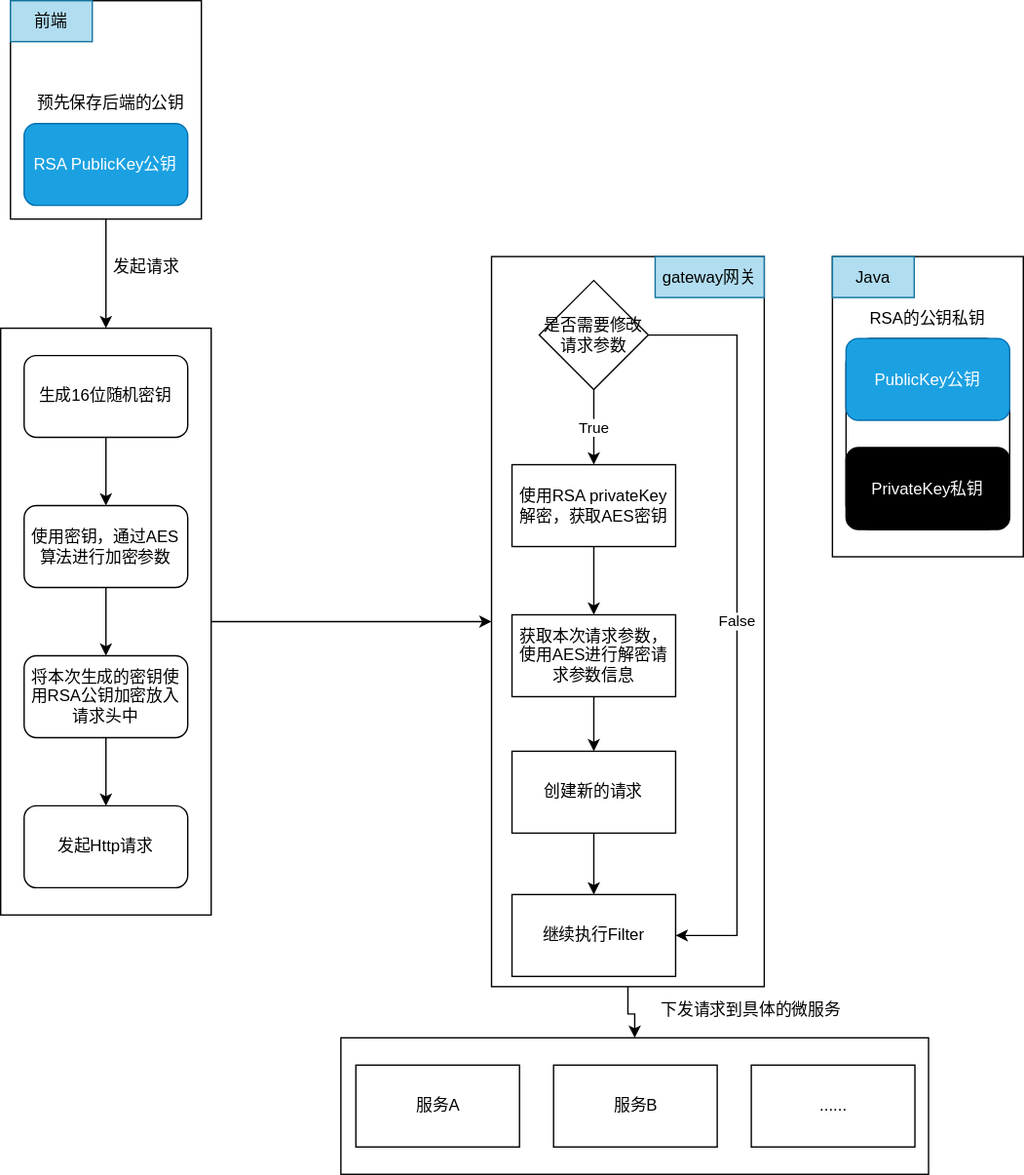
Before: README/前端使用RSA和AES组合加密.svg, a diagram exported from draw.io (GitHubFeiLong/goudong-web-ui). Source tidied: cells renumbered, new cells last; positions are measured from the earlier drawing's top-left corner, leaving out a move shared by most shapes.
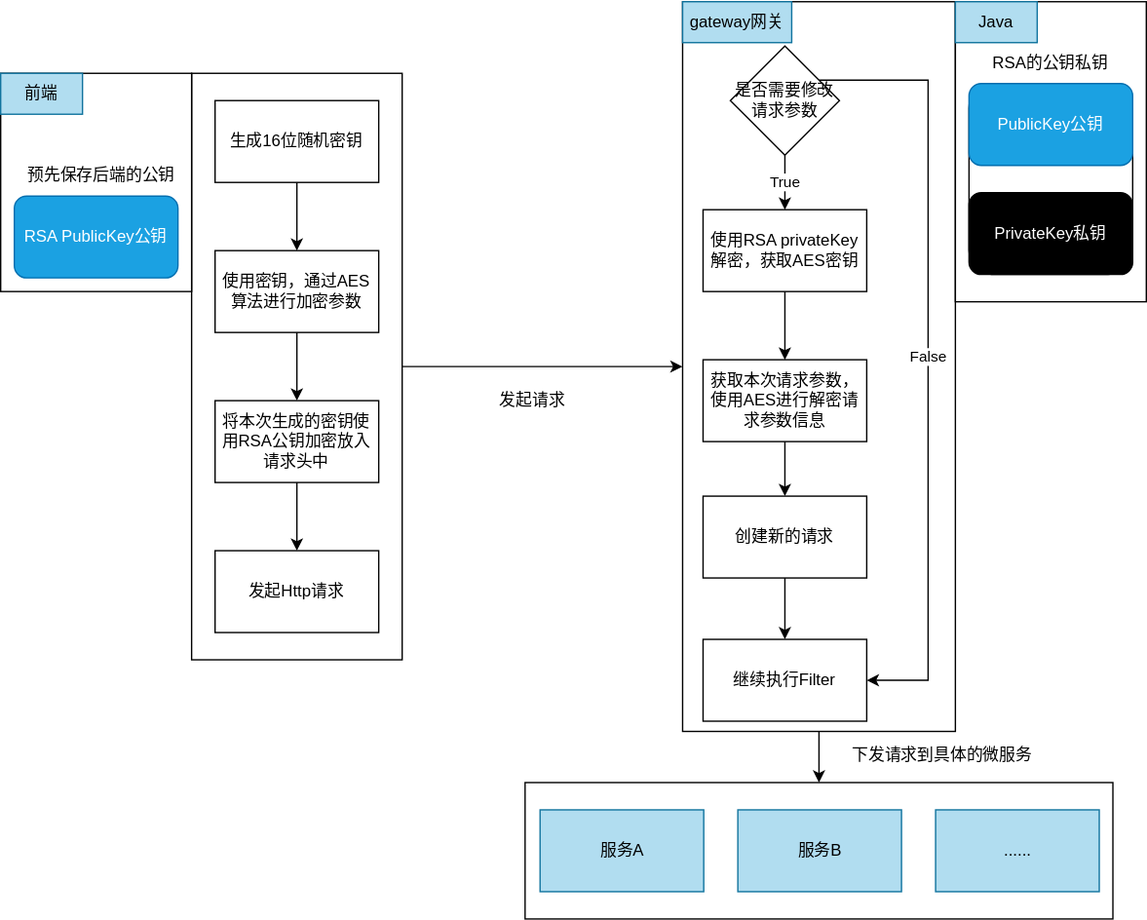
After the commit.

Change to the diagram source:
```diff
@@ -3,7 +3,7 @@
     <mxCell id="0" />
     <mxCell id="1" parent="0" />
     <mxCell id="2" style="rounded=0;whiteSpace=wrap;html=1;fillColor=#FFFFFF;fontColor=#FFFFFF;" parent="1" vertex="1">
-      <mxGeometry x="249.5" y="760" width="431" height="100" as="geometry" />
+      <mxGeometry x="244.5" y="760" width="431" height="100" as="geometry" />
     </mxCell>
     <mxCell id="3" style="edgeStyle=orthogonalEdgeStyle;rounded=0;jettySize=auto;html=1;entryX=0.5;entryY=0;entryDx=0;entryDy=0;fontColor=#FFFFFF;" parent="1" edge="1" source="4" target="2">
       <mxGeometry relative="1" as="geometry" />
@@ -17,61 +17,58 @@
     <mxCell id="6" style="rounded=0;whiteSpace=wrap;html=1;" parent="1" vertex="1">
       <mxGeometry y="240" width="154.4" height="430" as="geometry" />
     </mxCell>
-    <mxCell id="7" style="edgeStyle=orthogonalEdgeStyle;rounded=0;jettySize=auto;html=1;" parent="1" edge="1" source="8" target="6">
-      <mxGeometry relative="1" as="geometry" />
-    </mxCell>
     <mxCell id="8" style="rounded=0;whiteSpace=wrap;html=1;" parent="1" vertex="1">
-      <mxGeometry x="7.2" width="140" height="160" as="geometry" />
+      <mxGeometry x="-140" y="240" width="140" height="160" as="geometry" />
     </mxCell>
     <mxCell id="9" style="rounded=0;whiteSpace=wrap;html=1;" parent="1" vertex="1">
-      <mxGeometry x="610" y="187.5" width="140" height="220" as="geometry" />
+      <mxGeometry x="560" y="187.5" width="140" height="220" as="geometry" />
     </mxCell>
     <mxCell id="10" style="rounded=1;whiteSpace=wrap;html=1;align=center;verticalAlign=middle;" parent="1" vertex="1">
-      <mxGeometry x="620" y="247.5" width="120" height="140" as="geometry" />
+      <mxGeometry x="570" y="247.5" width="120" height="140" as="geometry" />
     </mxCell>
     <mxCell id="11" value="PublicKey公钥" style="rounded=1;whiteSpace=wrap;html=1;align=center;verticalAlign=middle;fillColor=#1ba1e2;strokeColor=#006EAF;fontColor=#ffffff;" parent="1" vertex="1">
-      <mxGeometry x="620" y="247.5" width="120" height="60" as="geometry" />
+      <mxGeometry x="570" y="247.5" width="120" height="60" as="geometry" />
     </mxCell>
     <mxCell id="12" value="PrivateKey私钥" style="rounded=1;whiteSpace=wrap;html=1;align=center;verticalAlign=middle;fillColor=#000000;fontColor=#FFFFFF;" parent="1" vertex="1">
-      <mxGeometry x="620" y="327.5" width="120" height="60" as="geometry" />
+      <mxGeometry x="570" y="327.5" width="120" height="60" as="geometry" />
     </mxCell>
     <mxCell id="13" value="RSA的公钥私钥" style="text;html=1;strokeColor=none;fillColor=none;align=center;verticalAlign=middle;whiteSpace=wrap;rounded=0;" parent="1" vertex="1">
-      <mxGeometry x="635" y="217.5" width="90" height="30" as="geometry" />
+      <mxGeometry x="585" y="217.5" width="90" height="30" as="geometry" />
     </mxCell>
     <mxCell id="14" value="RSA PublicKey公钥" style="whiteSpace=wrap;html=1;rounded=1;fillColor=#1ba1e2;strokeColor=#006EAF;fontColor=#ffffff;" parent="1" vertex="1">
-      <mxGeometry x="17.2" y="90" width="120" height="60" as="geometry" />
+      <mxGeometry x="-130" y="330" width="120" height="60" as="geometry" />
     </mxCell>
     <mxCell id="15" value="Java" style="text;html=1;strokeColor=#10739e;fillColor=#b1ddf0;align=center;verticalAlign=middle;whiteSpace=wrap;rounded=0;" parent="1" vertex="1">
-      <mxGeometry x="610" y="187.5" width="60" height="30" as="geometry" />
+      <mxGeometry x="560" y="187.5" width="60" height="30" as="geometry" />
     </mxCell>
     <mxCell id="16" value="前端" style="text;html=1;strokeColor=#10739e;fillColor=#b1ddf0;align=center;verticalAlign=middle;whiteSpace=wrap;rounded=0;" parent="1" vertex="1">
-      <mxGeometry x="7.2" width="60" height="30" as="geometry" />
+      <mxGeometry x="-140" y="240" width="60" height="30" as="geometry" />
     </mxCell>
     <mxCell id="17" value="预先保存后端的公钥" style="text;html=1;strokeColor=none;fillColor=none;align=center;verticalAlign=middle;whiteSpace=wrap;rounded=0;" parent="1" vertex="1">
-      <mxGeometry x="21.2" y="60" width="120" height="30" as="geometry" />
+      <mxGeometry x="-126" y="300" width="120" height="30" as="geometry" />
     </mxCell>
     <mxCell id="18" style="edgeStyle=orthogonalEdgeStyle;rounded=0;jettySize=auto;html=1;" parent="1" edge="1" source="19" target="21">
       <mxGeometry relative="1" as="geometry" />
     </mxCell>
-    <mxCell id="19" value="生成16位随机密钥" style="whiteSpace=wrap;html=1;rounded=1;" parent="1" vertex="1">
+    <mxCell id="19" value="生成16位随机密钥" style="whiteSpace=wrap;html=1;rounded=0;" parent="1" vertex="1">
       <mxGeometry x="17.2" y="260" width="120" height="60" as="geometry" />
     </mxCell>
     <mxCell id="20" style="edgeStyle=orthogonalEdgeStyle;rounded=0;jettySize=auto;html=1;" parent="1" edge="1" source="21" target="24">
       <mxGeometry relative="1" as="geometry" />
     </mxCell>
-    <mxCell id="21" value="使用密钥，通过AES算法进行加密参数" style="whiteSpace=wrap;html=1;rounded=1;" parent="1" vertex="1">
+    <mxCell id="21" value="使用密钥，通过AES算法进行加密参数" style="whiteSpace=wrap;html=1;rounded=0;" parent="1" vertex="1">
       <mxGeometry x="17.2" y="370" width="120" height="60" as="geometry" />
     </mxCell>
     <mxCell id="22" value="发起请求" style="text;html=1;strokeColor=none;fillColor=none;align=center;verticalAlign=middle;whiteSpace=wrap;rounded=0;" parent="1" vertex="1">
-      <mxGeometry x="77.2" y="180" width="60" height="30" as="geometry" />
+      <mxGeometry x="220" y="465" width="60" height="30" as="geometry" />
     </mxCell>
     <mxCell id="23" style="edgeStyle=orthogonalEdgeStyle;rounded=0;jettySize=auto;html=1;" parent="1" edge="1" source="24" target="25">
       <mxGeometry relative="1" as="geometry" />
     </mxCell>
-    <mxCell id="24" value="将本次生成的密钥使用RSA公钥加密放入请求头中" style="whiteSpace=wrap;html=1;rounded=1;" parent="1" vertex="1">
+    <mxCell id="24" value="将本次生成的密钥使用RSA公钥加密放入请求头中" style="whiteSpace=wrap;html=1;rounded=0;" parent="1" vertex="1">
       <mxGeometry x="17.2" y="480" width="120" height="60" as="geometry" />
     </mxCell>
-    <mxCell id="25" value="发起Http请求" style="whiteSpace=wrap;html=1;rounded=1;" parent="1" vertex="1">
+    <mxCell id="25" value="发起Http请求" style="whiteSpace=wrap;html=1;rounded=0;" parent="1" vertex="1">
       <mxGeometry x="17.2" y="590" width="120" height="60" as="geometry" />
     </mxCell>
     <mxCell id="26" value="True" style="edgeStyle=orthogonalEdgeStyle;rounded=0;jettySize=auto;html=1;" parent="1" edge="1" source="28" target="30">
@@ -86,7 +83,7 @@
       </mxGeometry>
     </mxCell>
     <mxCell id="28" value="是否需要修改请求参数" style="rhombus;whiteSpace=wrap;html=1;rounded=0;" parent="1" vertex="1">
-      <mxGeometry x="395" y="205" width="80" height="80" as="geometry" />
+      <mxGeometry x="395" y="220" width="80" height="80" as="geometry" />
     </mxCell>
     <mxCell id="29" style="edgeStyle=orthogonalEdgeStyle;rounded=0;jettySize=auto;html=1;" parent="1" edge="1" source="30" target="32">
       <mxGeometry relative="1" as="geometry" />
@@ -104,7 +101,7 @@
       <mxGeometry x="375" y="655" width="120" height="60" as="geometry" />
     </mxCell>
     <mxCell id="34" value="&lt;span&gt;gateway网关&lt;/span&gt;" style="text;html=1;strokeColor=#10739e;fillColor=#b1ddf0;align=center;verticalAlign=middle;whiteSpace=wrap;rounded=0;" parent="1" vertex="1">
-      <mxGeometry x="480" y="187.5" width="80" height="30" as="geometry" />
+      <mxGeometry x="360" y="187.5" width="80" height="30" as="geometry" />
     </mxCell>
     <mxCell id="35" style="edgeStyle=orthogonalEdgeStyle;rounded=0;jettySize=auto;html=1;entryX=0.5;entryY=0;entryDx=0;entryDy=0;fontColor=#FFFFFF;" parent="1" edge="1" source="36" target="33">
       <mxGeometry relative="1" as="geometry" />
@@ -112,14 +109,14 @@
     <mxCell id="36" value="创建新的请求" style="whiteSpace=wrap;html=1;rounded=0;" parent="1" vertex="1">
       <mxGeometry x="375" y="550" width="120" height="60" as="geometry" />
     </mxCell>
-    <mxCell id="37" value="&lt;font color=&quot;#000000&quot;&gt;服务A&lt;/font&gt;" style="rounded=0;whiteSpace=wrap;html=1;fontColor=#FFFFFF;fillColor=#FFFFFF;" parent="1" vertex="1">
-      <mxGeometry x="260.5" y="780" width="120" height="60" as="geometry" />
+    <mxCell id="37" value="&lt;font color=&quot;#000000&quot;&gt;服务A&lt;/font&gt;" style="rounded=0;whiteSpace=wrap;html=1;fillColor=#b1ddf0;strokeColor=#10739e;" parent="1" vertex="1">
+      <mxGeometry x="255.5" y="780" width="120" height="60" as="geometry" />
     </mxCell>
-    <mxCell id="38" value="&lt;font color=&quot;#000000&quot;&gt;服务B&lt;/font&gt;" style="rounded=0;whiteSpace=wrap;html=1;fontColor=#FFFFFF;fillColor=#FFFFFF;" parent="1" vertex="1">
-      <mxGeometry x="405.5" y="780" width="120" height="60" as="geometry" />
+    <mxCell id="38" value="&lt;font color=&quot;#000000&quot;&gt;服务B&lt;/font&gt;" style="rounded=0;whiteSpace=wrap;html=1;fillColor=#b1ddf0;strokeColor=#10739e;" parent="1" vertex="1">
+      <mxGeometry x="400.5" y="780" width="120" height="60" as="geometry" />
     </mxCell>
-    <mxCell id="39" value="&lt;font color=&quot;#000000&quot;&gt;......&lt;/font&gt;" style="rounded=0;whiteSpace=wrap;html=1;fontColor=#FFFFFF;fillColor=#FFFFFF;" parent="1" vertex="1">
-      <mxGeometry x="550.5" y="780" width="120" height="60" as="geometry" />
+    <mxCell id="39" value="&lt;font color=&quot;#000000&quot;&gt;......&lt;/font&gt;" style="rounded=0;whiteSpace=wrap;html=1;fillColor=#b1ddf0;strokeColor=#10739e;" parent="1" vertex="1">
+      <mxGeometry x="545.5" y="780" width="120" height="60" as="geometry" />
     </mxCell>
     <mxCell id="40" value="&lt;font color=&quot;#000000&quot;&gt;下发请求到具体的微服务&lt;/font&gt;" style="text;html=1;align=center;verticalAlign=middle;fontColor=#FFFFFF;" parent="1" vertex="1">
       <mxGeometry x="475" y="730" width="150" height="20" as="geometry" />
```
